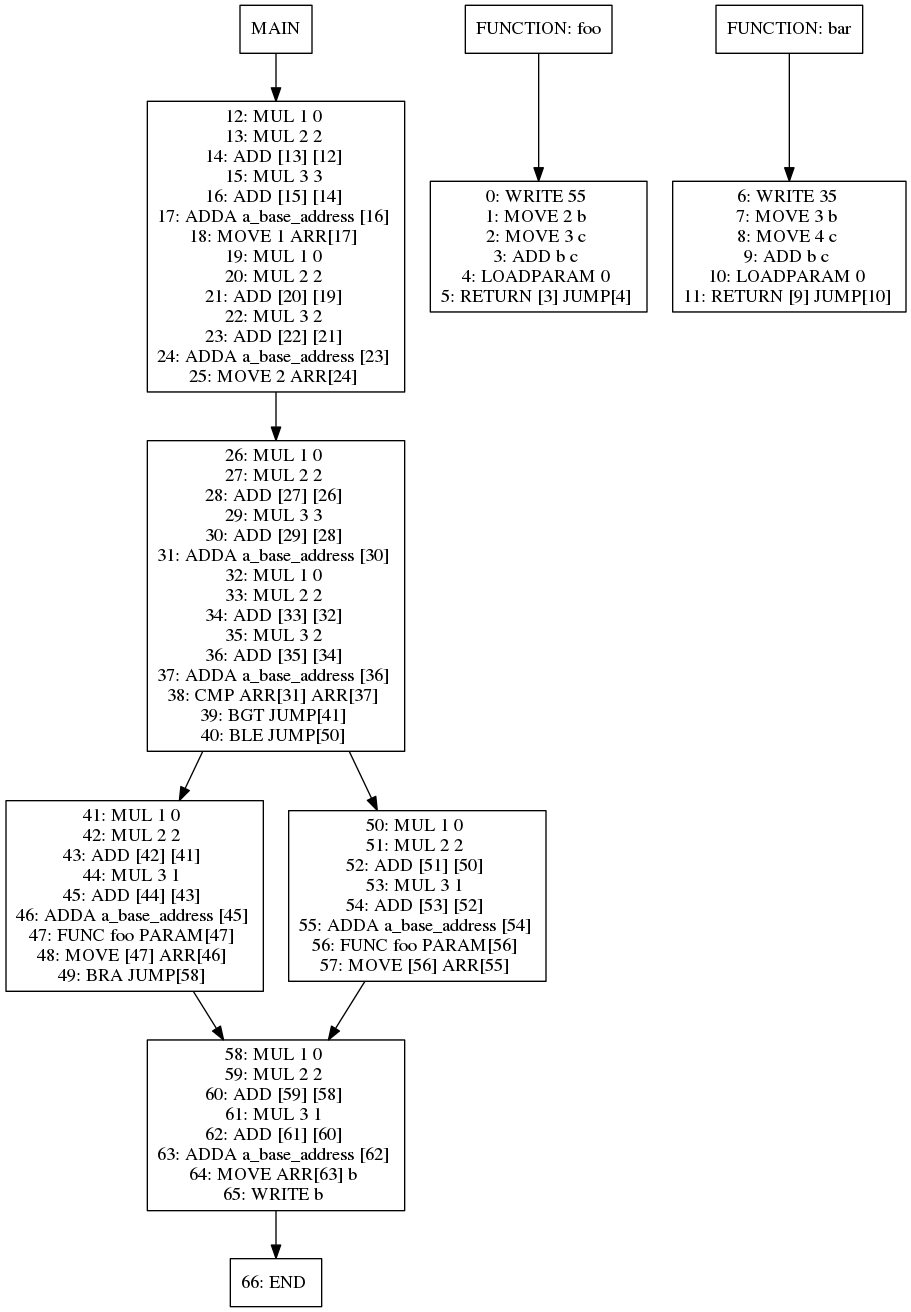
Before: viz/test003.dot.png, a diagram exported from Graphviz (jiahanwang/PL241-Compiler). Its source is kept beside it as viz/test003.dot.
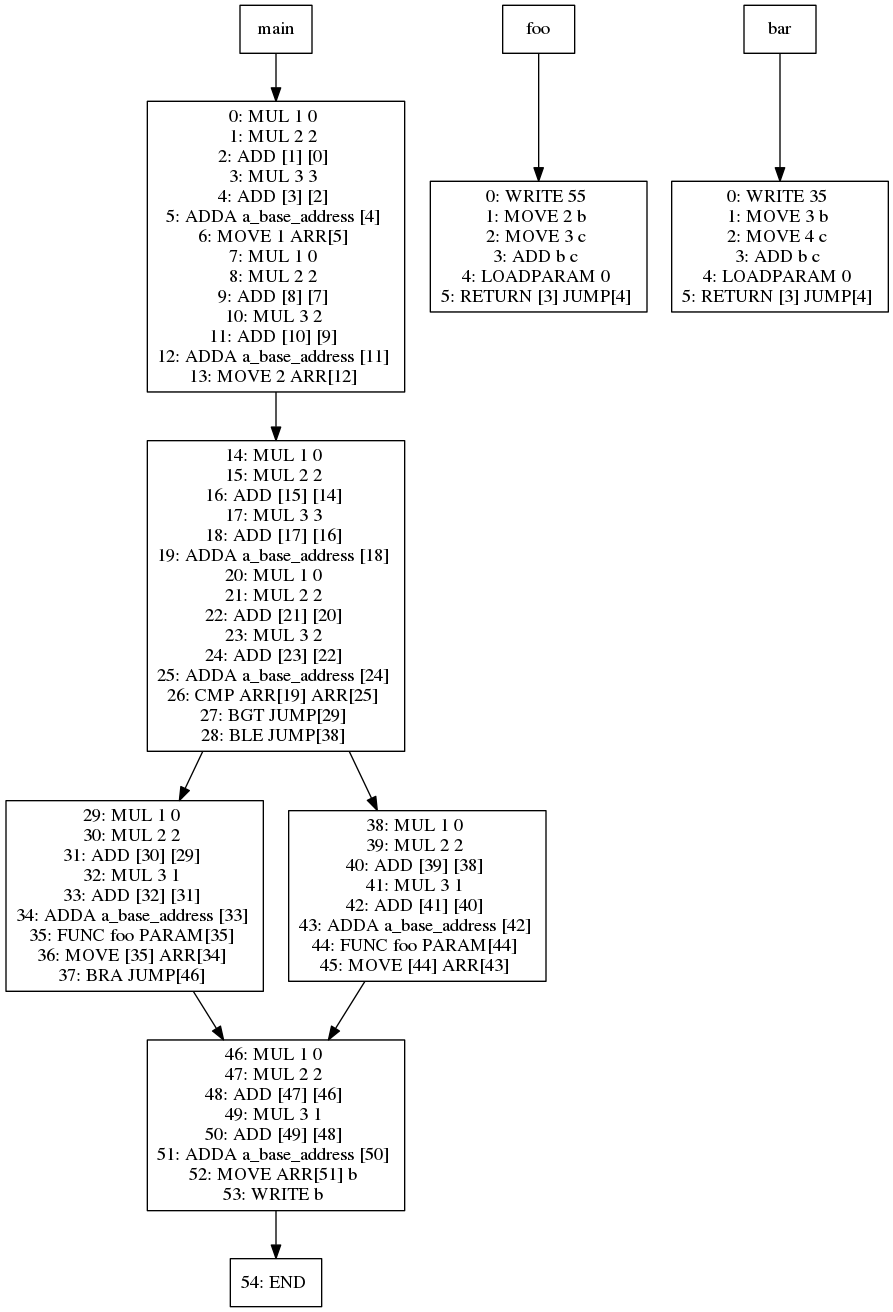
The same file after the commit.

The edit, as a diff of the source:
```diff
@@ -1,90 +1,90 @@
 digraph test003 {
 node [shape=box]
-1[label="MAIN"]
-1 -> 15
-15[label="12: MUL 1 0
-13: MUL 2 2
-14: ADD [13] [12]
-15: MUL 3 3
+48[label="main"]
+48 -> 62
+62[label="0: MUL 1 0
+1: MUL 2 2
+2: ADD [1] [0]
+3: MUL 3 3
+4: ADD [3] [2]
+5: ADDA a_base_address [4]
+6: MOVE 1 ARR[5]
+7: MUL 1 0
+8: MUL 2 2
+9: ADD [8] [7]
+10: MUL 3 2
+11: ADD [10] [9]
+12: ADDA a_base_address [11]
+13: MOVE 2 ARR[12]
+"]
+62 -> 64
+64[label="14: MUL 1 0
+15: MUL 2 2
 16: ADD [15] [14]
-17: ADDA a_base_address [16]
-18: MOVE 1 ARR[17]
-19: MUL 1 0
-20: MUL 2 2
-21: ADD [20] [19]
-22: MUL 3 2
-23: ADD [22] [21]
-24: ADDA a_base_address [23]
-25: MOVE 2 ARR[24]
+17: MUL 3 3
+18: ADD [17] [16]
+19: ADDA a_base_address [18]
+20: MUL 1 0
+21: MUL 2 2
+22: ADD [21] [20]
+23: MUL 3 2
+24: ADD [23] [22]
+25: ADDA a_base_address [24]
+26: CMP ARR[19] ARR[25]
+27: BGT JUMP[29]
+28: BLE JUMP[38]
 "]
-15 -> 17
-17[label="26: MUL 1 0
-27: MUL 2 2
-28: ADD [27] [26]
-29: MUL 3 3
-30: ADD [29] [28]
-31: ADDA a_base_address [30]
-32: MUL 1 0
-33: MUL 2 2
-34: ADD [33] [32]
-35: MUL 3 2
-36: ADD [35] [34]
-37: ADDA a_base_address [36]
-38: CMP ARR[31] ARR[37]
-39: BGT JUMP[41]
-40: BLE JUMP[50]
+64 -> 66
+66[label="29: MUL 1 0
+30: MUL 2 2
+31: ADD [30] [29]
+32: MUL 3 1
+33: ADD [32] [31]
+34: ADDA a_base_address [33]
+35: FUNC foo PARAM[35]
+36: MOVE [35] ARR[34]
+37: BRA JUMP[46]
 "]
-17 -> 19
-19[label="41: MUL 1 0
-42: MUL 2 2
-43: ADD [42] [41]
-44: MUL 3 1
-45: ADD [44] [43]
-46: ADDA a_base_address [45]
-47: FUNC foo PARAM[47]
-48: MOVE [47] ARR[46]
-49: BRA JUMP[58]
+66 -> 65
+65[label="46: MUL 1 0
+47: MUL 2 2
+48: ADD [47] [46]
+49: MUL 3 1
+50: ADD [49] [48]
+51: ADDA a_base_address [50]
+52: MOVE ARR[51] b
+53: WRITE b
 "]
-19 -> 18
-18[label="58: MUL 1 0
-59: MUL 2 2
-60: ADD [59] [58]
-61: MUL 3 1
-62: ADD [61] [60]
-63: ADDA a_base_address [62]
-64: MOVE ARR[63] b
-65: WRITE b
+65 -> 70
+70[label="54: END
 "]
-18 -> 23
-23[label="66: END
+64 -> 67
+67[label="38: MUL 1 0
+39: MUL 2 2
+40: ADD [39] [38]
+41: MUL 3 1
+42: ADD [41] [40]
+43: ADDA a_base_address [42]
+44: FUNC foo PARAM[44]
+45: MOVE [44] ARR[43]
 "]
-17 -> 20
-20[label="50: MUL 1 0
-51: MUL 2 2
-52: ADD [51] [50]
-53: MUL 3 1
-54: ADD [53] [52]
-55: ADDA a_base_address [54]
-56: FUNC foo PARAM[56]
-57: MOVE [56] ARR[55]
-"]
-20 -> 18
-5[label="FUNCTION: foo"]
-5 -> 6
-6[label="0: WRITE 55
+67 -> 65
+52[label="foo"]
+52 -> 53
+53[label="0: WRITE 55
 1: MOVE 2 b
 2: MOVE 3 c
 3: ADD b c
 4: LOADPARAM 0
 5: RETURN [3] JUMP[4]
 "]
-10[label="FUNCTION: bar"]
-10 -> 11
-11[label="6: WRITE 35
-7: MOVE 3 b
-8: MOVE 4 c
-9: ADD b c
-10: LOADPARAM 0
-11: RETURN [9] JUMP[10]
+57[label="bar"]
+57 -> 58
+58[label="0: WRITE 35
+1: MOVE 3 b
+2: MOVE 4 c
+3: ADD b c
+4: LOADPARAM 0
+5: RETURN [3] JUMP[4]
 "]
 }
```
